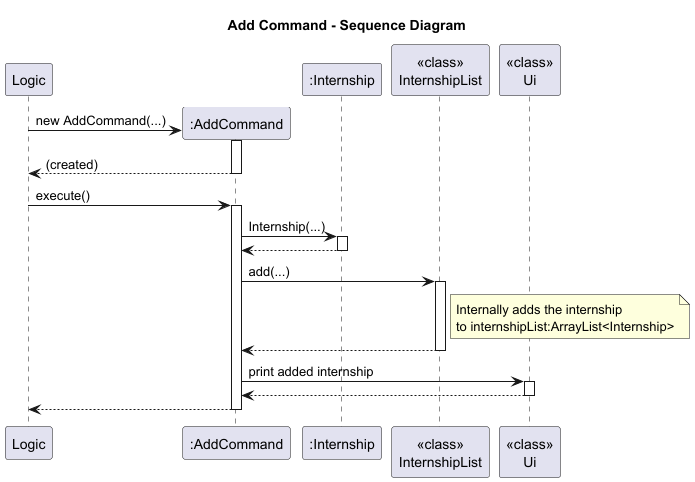
Earlier version of the PlantUML export docs/diagrams/AddCommandSD.png (BenyAlbatross/tp).
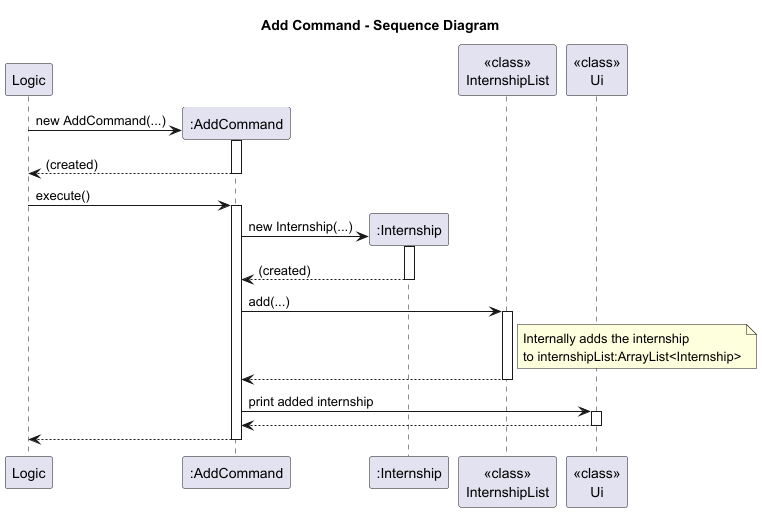
After the change.

Change to the diagram source:
```diff
@@ -13,9 +13,9 @@
 Logic-> AC: execute()
 activate AC
 
-AC -> IN: Internship(...)
+AC -> IN**: new Internship(...)
 activate IN
-IN --> AC
+return (created)
 deactivate IN
 
 AC -> IL: add(...)
```
